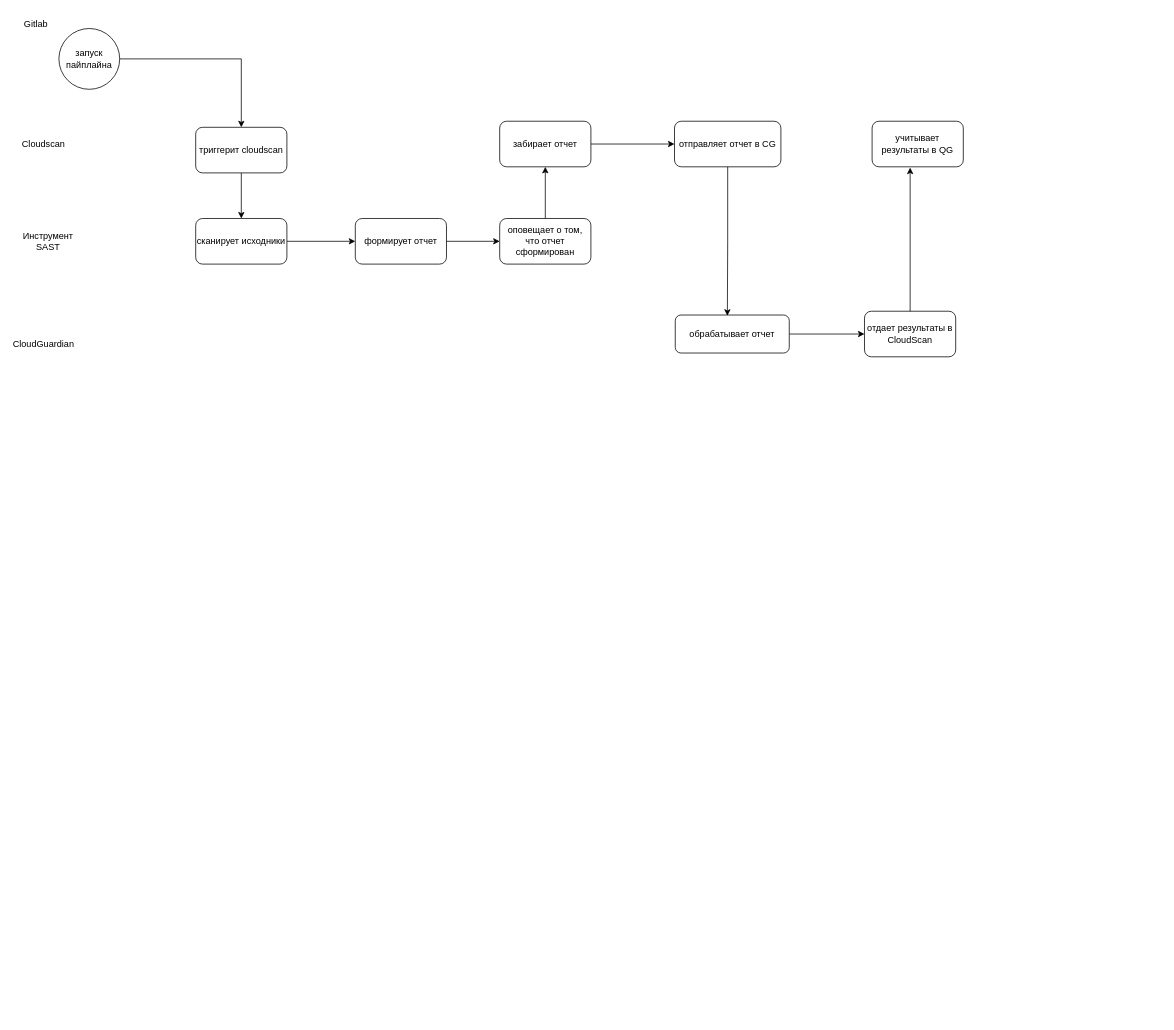
ayeleth-o-shea/drafts keeps this draw.io diagram as SAST.drawio. Above is the earlier version. Source tidied: cells renumbered, new cells numbered last; positions are measured from the earlier drawing's top-left corner, leaving out a move shared by most shapes. Both pictures are drawn from the tidied source at 76%, with x=0, y=0 at pixel (13, 13).
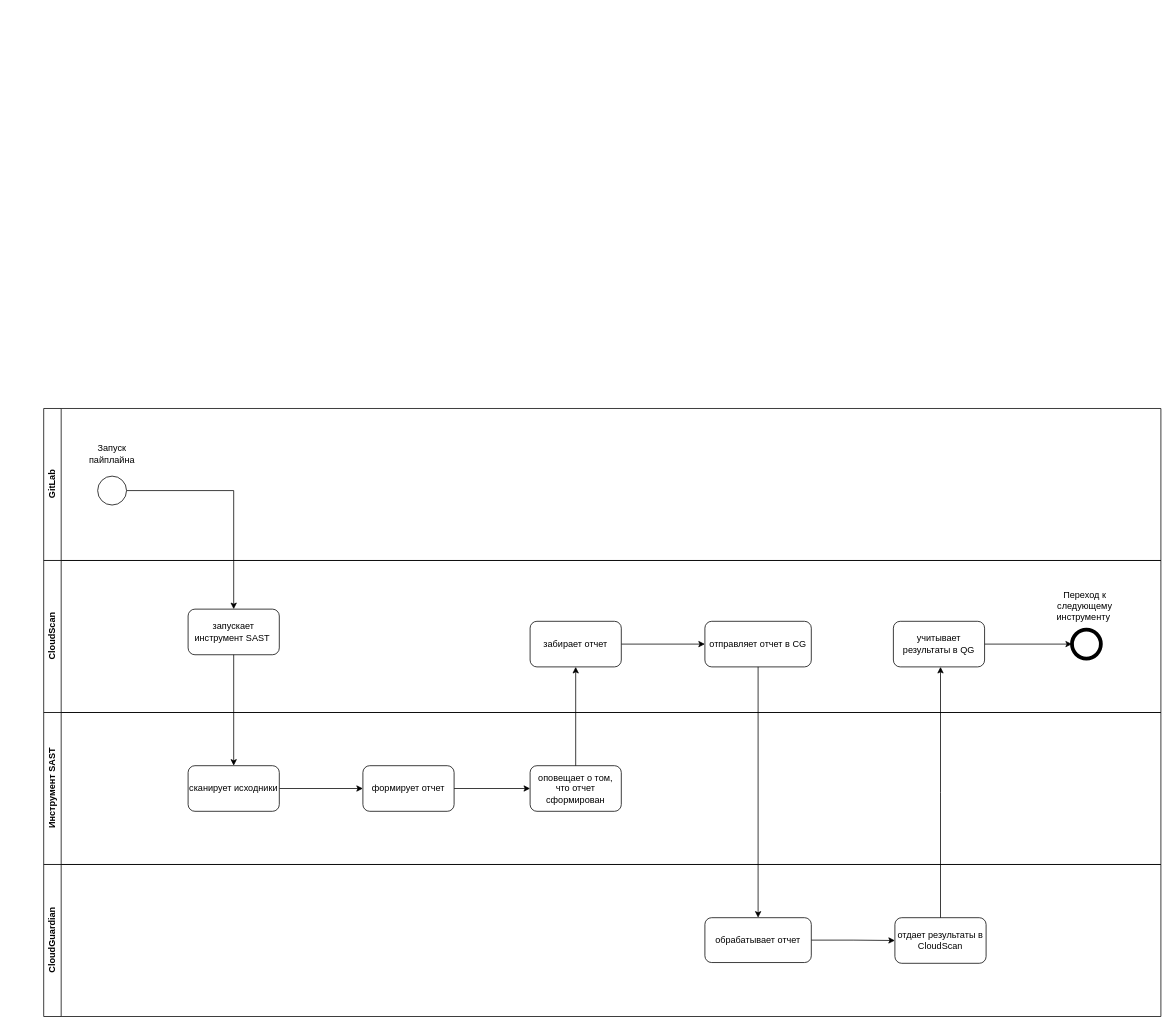
The same page after the edit.

Diff of the diagram source:
```diff
@@
-    <mxCell id="2" style="edgeStyle=orthogonalEdgeStyle;rounded=0;jettySize=auto;html=1;" parent="1" edge="1" source="3" target="6">
-      <mxGeometry relative="1" as="geometry" />
-    </mxCell>
-    <mxCell id="3" value="запуск пайплайна" style="ellipse;whiteSpace=wrap;html=1;" parent="1" vertex="1">
-      <mxGeometry x="60" y="20" width="80" height="80" as="geometry" />
-    </mxCell>
-    <mxCell id="4" value="Gitlab" style="text;html=1;align=center;verticalAlign=middle;whiteSpace=wrap;rounded=0;" parent="1" vertex="1">
-      <mxGeometry width="60" height="30" as="geometry" />
-    </mxCell>
-    <mxCell id="5" style="edgeStyle=orthogonalEdgeStyle;rounded=0;jettySize=auto;html=1;entryX=0.5;entryY=0;entryDx=0;entryDy=0;" parent="1" edge="1" source="6" target="9">
-      <mxGeometry relative="1" as="geometry" />
-    </mxCell>
-    <mxCell id="6" value="триггерит cloudscan" style="rounded=1;whiteSpace=wrap;html=1;" parent="1" vertex="1">
-      <mxGeometry x="240" y="150" width="120" height="60" as="geometry" />
-    </mxCell>
-    <mxCell id="7" value="Cloudscan" style="text;html=1;align=center;verticalAlign=middle;whiteSpace=wrap;rounded=0;" parent="1" vertex="1">
-      <mxGeometry x="10" y="157" width="60" height="30" as="geometry" />
-    </mxCell>
+    <mxCell id="25" value="GitLab" style="swimlane;horizontal=0;whiteSpace=wrap;html=1;" parent="1" vertex="1">
+      <mxGeometry x="40" y="520" width="1470" height="200" as="geometry" />
+    </mxCell>
+    <mxCell id="26" value="CloudScan" style="swimlane;horizontal=0;whiteSpace=wrap;html=1;" parent="1" vertex="1">
+      <mxGeometry x="40" y="720" width="1470" height="200" as="geometry" />
+    </mxCell>
+    <mxCell id="27" value="запускает инструмент SAST&amp;nbsp;" style="rounded=1;whiteSpace=wrap;html=1;" parent="26" vertex="1">
+      <mxGeometry x="190" y="64" width="120" height="60" as="geometry" />
+    </mxCell>
+    <mxCell id="15" style="edgeStyle=orthogonalEdgeStyle;rounded=0;jettySize=auto;html=1;entryX=0;entryY=0.5;entryDx=0;entryDy=0;" parent="26" edge="1" source="16" target="18">
+      <mxGeometry relative="1" as="geometry" />
+    </mxCell>
+    <mxCell id="16" value="забирает отчет" style="rounded=1;whiteSpace=wrap;html=1;" parent="26" vertex="1">
+      <mxGeometry x="640" y="80" width="120" height="60" as="geometry" />
+    </mxCell>
+    <mxCell id="18" value="отправляет отчет в CG" style="rounded=1;whiteSpace=wrap;html=1;" parent="26" vertex="1">
+      <mxGeometry x="870" y="80" width="140" height="60" as="geometry" />
+    </mxCell>
+    <mxCell id="28" style="edgeStyle=orthogonalEdgeStyle;rounded=0;jettySize=auto;html=1;entryX=0;entryY=0.5;entryDx=0;entryDy=0;" parent="26" edge="1" source="23" target="29">
+      <mxGeometry relative="1" as="geometry" />
+    </mxCell>
+    <mxCell id="23" value="учитывает результаты в QG" style="rounded=1;whiteSpace=wrap;html=1;" parent="26" vertex="1">
+      <mxGeometry x="1118" y="80" width="120" height="60" as="geometry" />
+    </mxCell>
+    <mxCell id="29" style="ellipse;whiteSpace=wrap;html=1;strokeWidth=5;" parent="26" vertex="1">
+      <mxGeometry x="1353" y="91" width="38" height="38" as="geometry" />
+    </mxCell>
+    <mxCell id="30" value="Переход к следующему инструменту&amp;nbsp;" style="text;html=1;strokeColor=none;fillColor=none;align=center;verticalAlign=middle;whiteSpace=wrap;rounded=0;" parent="26" vertex="1">
+      <mxGeometry x="1340" y="45" width="60" height="30" as="geometry" />
+    </mxCell>
+    <mxCell id="10" value="Инструмент SAST" style="swimlane;horizontal=0;whiteSpace=wrap;html=1;" parent="1" vertex="1">
+      <mxGeometry x="40" y="920" width="1470" height="200" as="geometry" />
+    </mxCell>
-    <mxCell id="8" style="edgeStyle=orthogonalEdgeStyle;rounded=0;jettySize=auto;html=1;entryX=0;entryY=0.5;entryDx=0;entryDy=0;" parent="1" edge="1" source="9" target="12">
+    <mxCell id="8" style="edgeStyle=orthogonalEdgeStyle;rounded=0;jettySize=auto;html=1;entryX=0;entryY=0.5;entryDx=0;entryDy=0;" parent="10" edge="1" source="9" target="12">
       <mxGeometry relative="1" as="geometry" />
     </mxCell>
-    <mxCell id="9" value="сканирует исходники" style="rounded=1;whiteSpace=wrap;html=1;" parent="1" vertex="1">
-      <mxGeometry x="240" y="270" width="120" height="60" as="geometry" />
+    <mxCell id="9" value="сканирует исходники" style="rounded=1;whiteSpace=wrap;html=1;" parent="10" vertex="1">
+      <mxGeometry x="190" y="70" width="120" height="60" as="geometry" />
     </mxCell>
-    <mxCell id="10" value="Инструмент SAST" style="text;html=1;align=center;verticalAlign=middle;whiteSpace=wrap;rounded=0;" parent="1" vertex="1">
-      <mxGeometry x="16" y="285" width="60" height="30" as="geometry" />
-    </mxCell>
-    <mxCell id="11" style="edgeStyle=orthogonalEdgeStyle;rounded=0;jettySize=auto;html=1;entryX=0;entryY=0.5;entryDx=0;entryDy=0;" parent="1" edge="1" source="12" target="14">
+    <mxCell id="11" style="edgeStyle=orthogonalEdgeStyle;rounded=0;jettySize=auto;html=1;entryX=0;entryY=0.5;entryDx=0;entryDy=0;" parent="10" edge="1" source="12" target="14">
       <mxGeometry relative="1" as="geometry" />
     </mxCell>
-    <mxCell id="12" value="формирует отчет" style="rounded=1;whiteSpace=wrap;html=1;" parent="1" vertex="1">
-      <mxGeometry x="450" y="270" width="120" height="60" as="geometry" />
+    <mxCell id="12" value="формирует отчет" style="rounded=1;whiteSpace=wrap;html=1;" parent="10" vertex="1">
+      <mxGeometry x="420" y="70" width="120" height="60" as="geometry" />
     </mxCell>
-    <mxCell id="13" style="edgeStyle=orthogonalEdgeStyle;rounded=0;jettySize=auto;html=1;entryX=0.5;entryY=1;entryDx=0;entryDy=0;" parent="1" edge="1" source="14" target="16">
-      <mxGeometry relative="1" as="geometry" />
-    </mxCell>
-    <mxCell id="14" value="оповещает о том, что отчет сформирован" style="rounded=1;whiteSpace=wrap;html=1;" parent="1" vertex="1">
-      <mxGeometry x="640" y="270" width="120" height="60" as="geometry" />
+    <mxCell id="14" value="оповещает о том, что отчет сформирован" style="rounded=1;whiteSpace=wrap;html=1;" parent="10" vertex="1">
+      <mxGeometry x="640" y="70" width="120" height="60" as="geometry" />
     </mxCell>
-    <mxCell id="15" style="edgeStyle=orthogonalEdgeStyle;rounded=0;jettySize=auto;html=1;" parent="1" edge="1" source="16" target="18">
-      <mxGeometry relative="1" as="geometry" />
-    </mxCell>
-    <mxCell id="16" value="забирает отчет" style="rounded=1;whiteSpace=wrap;html=1;" parent="1" vertex="1">
-      <mxGeometry x="640" y="142" width="120" height="60" as="geometry" />
-    </mxCell>
-    <mxCell id="17" value="CloudGuardian" style="text;html=1;align=center;verticalAlign=middle;whiteSpace=wrap;rounded=0;" parent="1" vertex="1">
-      <mxGeometry x="10" y="420" width="60" height="30" as="geometry" />
-    </mxCell>
-    <mxCell id="18" value="отправляет отчет в CG" style="rounded=1;whiteSpace=wrap;html=1;" parent="1" vertex="1">
-      <mxGeometry x="870" y="142" width="140" height="60" as="geometry" />
-    </mxCell>
-    <mxCell id="19" style="edgeStyle=orthogonalEdgeStyle;rounded=0;jettySize=auto;html=1;entryX=0;entryY=0.5;entryDx=0;entryDy=0;" parent="1" edge="1" source="20" target="22">
+    <mxCell id="19" style="edgeStyle=orthogonalEdgeStyle;rounded=0;jettySize=auto;html=1;entryX=0;entryY=0.5;entryDx=0;entryDy=0;" parent="10" edge="1" source="20" target="22">
       <mxGeometry relative="1" as="geometry" />
     </mxCell>
-    <mxCell id="20" value="обрабатывает отчет" style="rounded=1;whiteSpace=wrap;html=1;" parent="1" vertex="1">
-      <mxGeometry x="871" y="397" width="150" height="50" as="geometry" />
+    <mxCell id="20" value="обрабатывает отчет" style="rounded=1;whiteSpace=wrap;html=1;" parent="10" vertex="1">
+      <mxGeometry x="870" y="270" width="140" height="59" as="geometry" />
     </mxCell>
+    <mxCell id="22" value="отдает результаты в CloudScan" style="rounded=1;whiteSpace=wrap;html=1;" parent="10" vertex="1">
+      <mxGeometry x="1120" y="270" width="120" height="60" as="geometry" />
+    </mxCell>
+    <mxCell id="17" value="CloudGuardian" style="swimlane;horizontal=0;whiteSpace=wrap;html=1;" parent="1" vertex="1">
+      <mxGeometry x="40" y="1120" width="1470" height="200" as="geometry" />
+    </mxCell>
+    <mxCell id="31" style="edgeStyle=orthogonalEdgeStyle;rounded=0;jettySize=auto;html=1;" parent="1" edge="1" source="32" target="27">
+      <mxGeometry relative="1" as="geometry" />
+    </mxCell>
+    <mxCell id="32" style="ellipse;whiteSpace=wrap;html=1;" parent="1" vertex="1">
+      <mxGeometry x="111" y="609" width="38" height="38" as="geometry" />
+    </mxCell>
+    <mxCell id="33" value="Запуск пайплайна" style="text;html=1;strokeColor=none;fillColor=none;align=center;verticalAlign=middle;whiteSpace=wrap;rounded=0;" parent="1" vertex="1">
+      <mxGeometry x="100" y="565" width="60" height="30" as="geometry" />
+    </mxCell>
+    <mxCell id="34" style="edgeStyle=orthogonalEdgeStyle;rounded=0;jettySize=auto;html=1;" parent="1" edge="1" source="27" target="9">
+      <mxGeometry relative="1" as="geometry" />
+    </mxCell>
-    <mxCell id="21" style="edgeStyle=orthogonalEdgeStyle;rounded=0;jettySize=auto;html=1;entryX=0.457;entryY=0.02;entryDx=0;entryDy=0;entryPerimeter=0;" parent="1" edge="1" source="18" target="20">
+    <mxCell id="21" style="edgeStyle=orthogonalEdgeStyle;rounded=0;jettySize=auto;html=1;entryX=0.5;entryY=0;entryDx=0;entryDy=0;" parent="1" edge="1" source="18" target="20">
       <mxGeometry relative="1" as="geometry" />
     </mxCell>
-    <mxCell id="22" value="отдает результаты в CloudScan" style="rounded=1;whiteSpace=wrap;html=1;" parent="1" vertex="1">
-      <mxGeometry x="1120" y="392" width="120" height="60" as="geometry" />
-    </mxCell>
-    <mxCell id="23" value="учитывает результаты в QG" style="rounded=1;whiteSpace=wrap;html=1;" parent="1" vertex="1">
-      <mxGeometry x="1130" y="142" width="120" height="60" as="geometry" />
-    </mxCell>
-    <mxCell id="24" style="edgeStyle=orthogonalEdgeStyle;rounded=0;jettySize=auto;html=1;entryX=0.417;entryY=1.017;entryDx=0;entryDy=0;entryPerimeter=0;" parent="1" edge="1" source="22" target="23">
-      <mxGeometry relative="1" as="geometry" />
-    </mxCell>
+    <mxCell id="13" style="edgeStyle=orthogonalEdgeStyle;rounded=0;jettySize=auto;html=1;entryX=0.5;entryY=1;entryDx=0;entryDy=0;" parent="1" edge="1" source="14" target="16">
+      <mxGeometry relative="1" as="geometry" />
+    </mxCell>
+    <mxCell id="35" style="edgeStyle=orthogonalEdgeStyle;rounded=0;jettySize=auto;html=1;" parent="1" edge="1" source="22">
+      <mxGeometry relative="1" as="geometry">
+        <mxPoint x="1220" y="860" as="targetPoint" />
+      </mxGeometry>
+    </mxCell>
```
